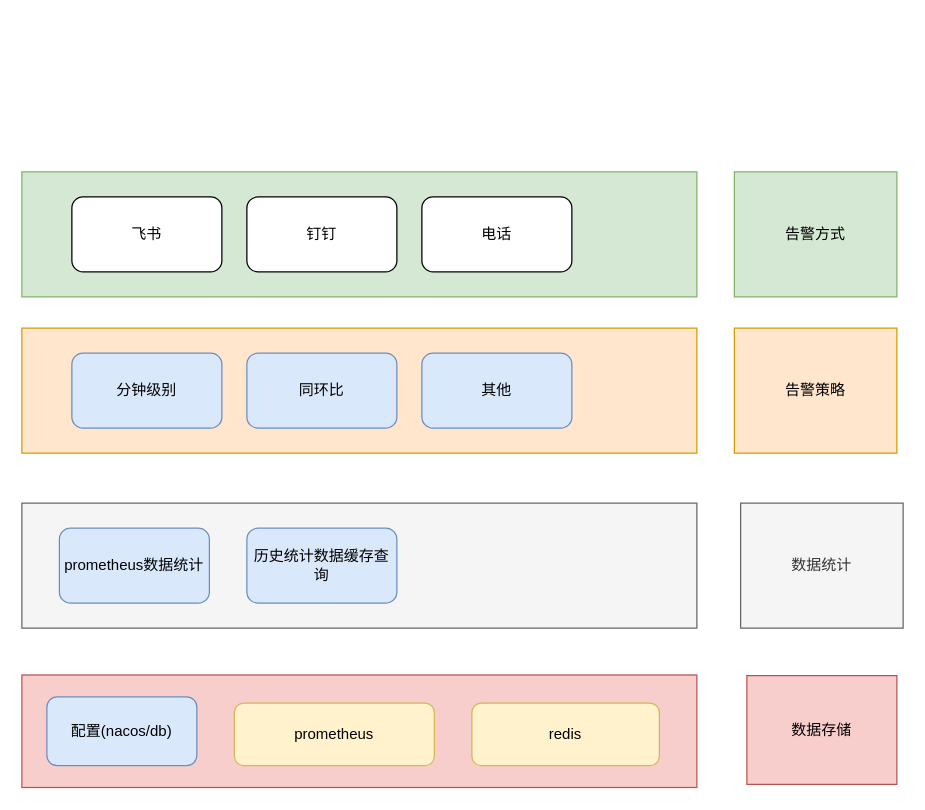
This is 告警.drawio from smallleaf/draw.io, a draw.io file, before an edit. Source tidied: cells renumbered, new cells numbered last; positions are measured from the earlier drawing's top-left corner, leaving out a move shared by most shapes. Both pictures are drawn from the tidied source at 125%, with x=0, y=0 at pixel (21, 171).
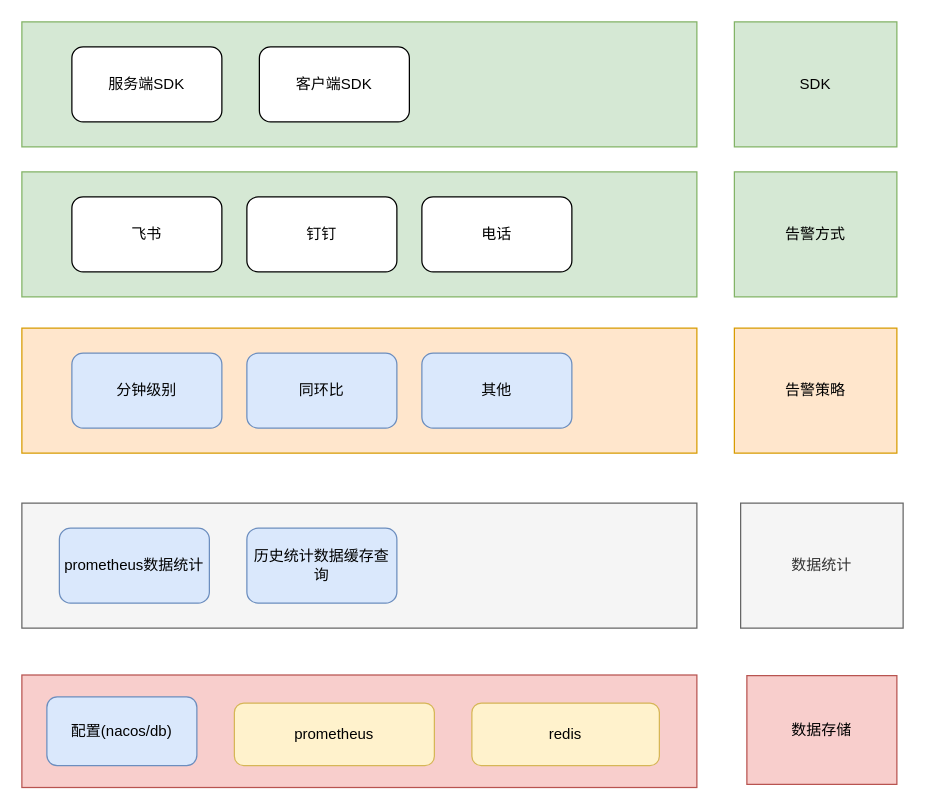
The same page after the edit.

The edit, as a diff of the source:
```diff
@@
+    <mxCell id="21" style="rounded=0;whiteSpace=wrap;html=1;fillColor=#d5e8d4;strokeColor=#82b366;" parent="1" vertex="1">
+      <mxGeometry y="-120" width="540" height="100" as="geometry" />
+    </mxCell>
+    <mxCell id="22" value="SDK" style="rounded=0;whiteSpace=wrap;html=1;fillColor=#d5e8d4;strokeColor=#82b366;" parent="1" vertex="1">
+      <mxGeometry x="570" y="-120" width="130" height="100" as="geometry" />
+    </mxCell>
+    <mxCell id="23" value="服务端SDK" style="rounded=1;whiteSpace=wrap;html=1;" parent="1" vertex="1">
+      <mxGeometry x="40" y="-100" width="120" height="60" as="geometry" />
+    </mxCell>
+    <mxCell id="24" value="客户端SDK" style="rounded=1;whiteSpace=wrap;html=1;" parent="1" vertex="1">
+      <mxGeometry x="190" y="-100" width="120" height="60" as="geometry" />
+    </mxCell>
```
